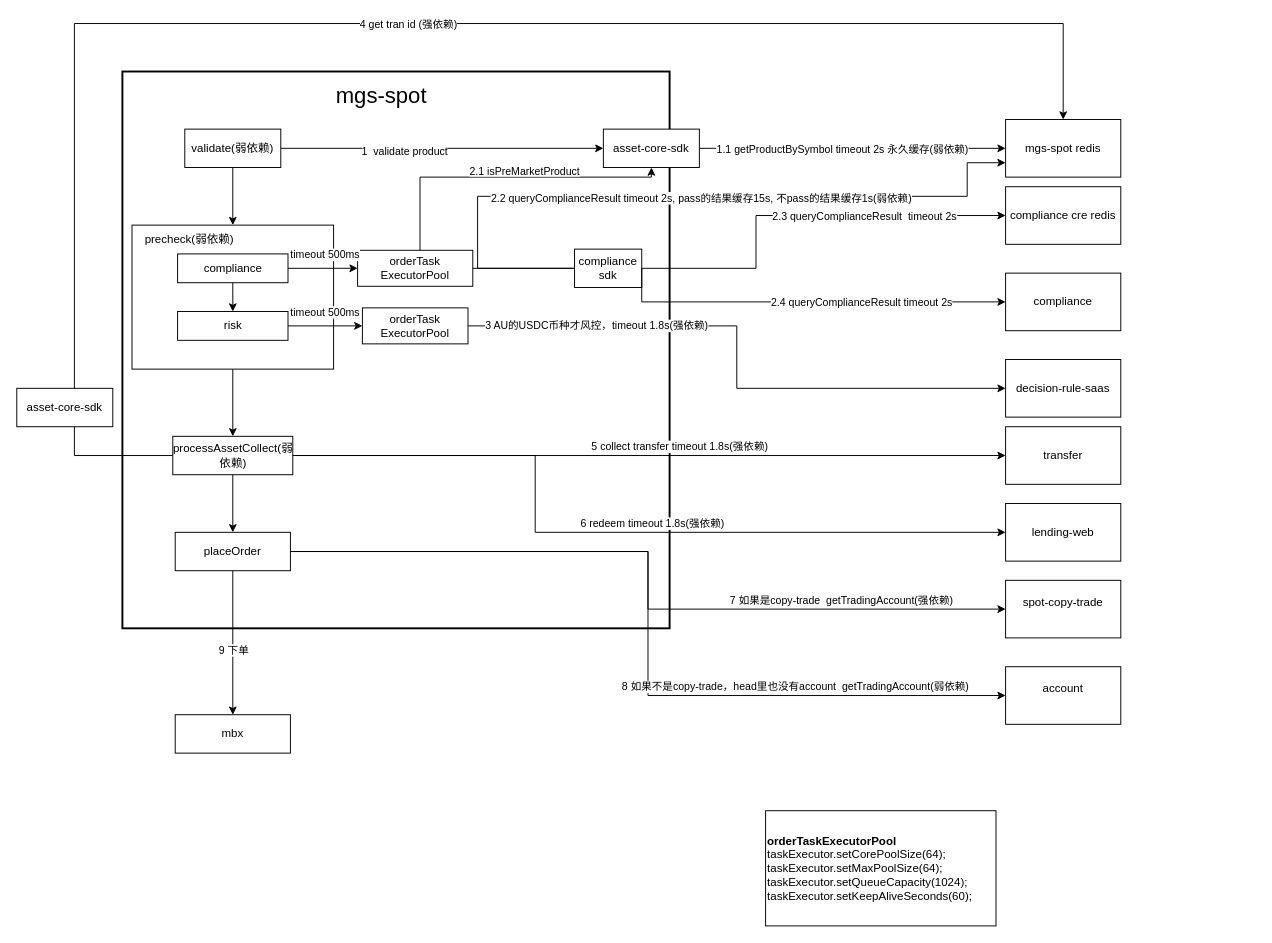
Above: doc/mgs-spot.drawio in jackjoesh/databend (draw.io), before the change. Source tidied: cells renumbered, new cells numbered last; positions are measured from the earlier drawing's top-left corner, leaving out a move shared by most shapes. Both pictures are drawn from the tidied source at 96%, with x=0, y=0 at pixel (16, 23).
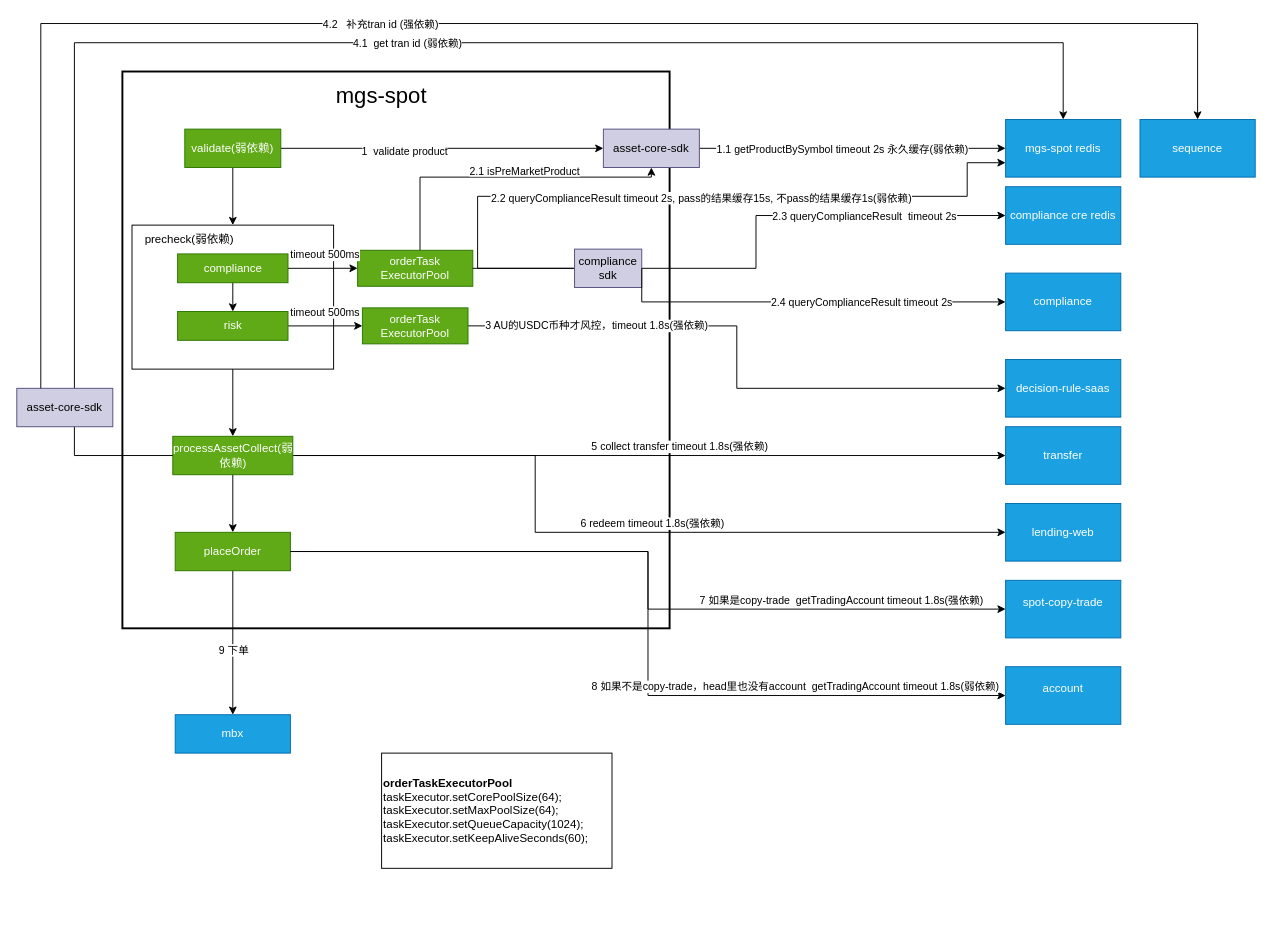
After the change.

The change refers to these unchanged cells:
```xml
<mxCell id="50" style="endArrow=classic;html=1;rounded=0;entryX=0;entryY=0.5;entryDx=0;entryDy=0;edgeStyle=orthogonalEdgeStyle;exitX=1;exitY=0.5;exitDx=0;exitDy=0;" parent="1" edge="1" source="18" target="48">
  <mxGeometry relative="1" as="geometry" />
</mxCell>
```

Change to the diagram source:
```diff
@@
-    <mxCell id="8" value="validate(弱依赖)" style="rounded=0;whiteSpace=wrap;html=1;" parent="1" vertex="1">
+    <mxCell id="8" value="validate(弱依赖)" style="rounded=0;whiteSpace=wrap;html=1;fillColor=#60a917;fontColor=#ffffff;strokeColor=#2D7600;" parent="1" vertex="1">
       <mxGeometry x="175" y="110" width="100" height="40" as="geometry" />
     </mxCell>
@@
-    <mxCell id="15" value="processAssetCollect(弱依赖)" style="rounded=0;whiteSpace=wrap;html=1;" parent="1" vertex="1">
+    <mxCell id="15" value="processAssetCollect(弱依赖)" style="rounded=0;whiteSpace=wrap;html=1;fillColor=#60a917;fontColor=#ffffff;strokeColor=#2D7600;" parent="1" vertex="1">
       <mxGeometry x="162.5" y="430" width="125" height="40" as="geometry" />
     </mxCell>
@@
-    <mxCell id="18" value="placeOrder" style="rounded=0;whiteSpace=wrap;html=1;" parent="1" vertex="1">
+    <mxCell id="18" value="placeOrder" style="rounded=0;whiteSpace=wrap;html=1;fillColor=#60a917;fontColor=#ffffff;strokeColor=#2D7600;" parent="1" vertex="1">
       <mxGeometry x="165" y="530" width="120" height="40" as="geometry" />
     </mxCell>
@@
-    <mxCell id="20" value="mgs-spot redis" style="rounded=0;whiteSpace=wrap;html=1;" parent="1" vertex="1">
+    <mxCell id="20" value="mgs-spot redis" style="rounded=0;whiteSpace=wrap;html=1;fillColor=#1ba1e2;fontColor=#ffffff;strokeColor=#006EAF;" parent="1" vertex="1">
       <mxGeometry x="1030" y="100" width="120" height="60" as="geometry" />
     </mxCell>
-    <mxCell id="21" value="asset-core-sdk" style="rounded=0;whiteSpace=wrap;html=1;" parent="1" vertex="1">
+    <mxCell id="21" value="asset-core-sdk" style="rounded=0;whiteSpace=wrap;html=1;fillColor=#d0cee2;strokeColor=#56517e;" parent="1" vertex="1">
       <mxGeometry x="611" y="110" width="100" height="40" as="geometry" />
     </mxCell>
@@
-    <mxCell id="25" value="compliance" style="rounded=0;whiteSpace=wrap;html=1;" parent="1" vertex="1">
+    <mxCell id="25" value="compliance" style="rounded=0;whiteSpace=wrap;html=1;fillColor=#60a917;fontColor=#ffffff;strokeColor=#2D7600;" parent="1" vertex="1">
       <mxGeometry x="167.5" y="240" width="115" height="30" as="geometry" />
     </mxCell>
@@
-    <mxCell id="27" value="risk" style="rounded=0;whiteSpace=wrap;html=1;" parent="1" vertex="1">
+    <mxCell id="27" value="risk" style="rounded=0;whiteSpace=wrap;html=1;fillColor=#60a917;fontColor=#ffffff;strokeColor=#2D7600;" parent="1" vertex="1">
       <mxGeometry x="167.5" y="300" width="115" height="30" as="geometry" />
     </mxCell>
@@
-    <mxCell id="29" value="orderTask&lt;div&gt;ExecutorPool&lt;/div&gt;" style="rounded=0;whiteSpace=wrap;html=1;" parent="1" vertex="1">
+    <mxCell id="29" value="orderTask&lt;div&gt;ExecutorPool&lt;/div&gt;" style="rounded=0;whiteSpace=wrap;html=1;fillColor=#60a917;fontColor=#ffffff;strokeColor=#2D7600;" parent="1" vertex="1">
       <mxGeometry x="355" y="236.2" width="120" height="37.5" as="geometry" />
     </mxCell>
-    <mxCell id="30" value="compliance cre redis" style="rounded=0;whiteSpace=wrap;html=1;" parent="1" vertex="1">
+    <mxCell id="30" value="compliance cre redis" style="rounded=0;whiteSpace=wrap;html=1;fillColor=#1ba1e2;fontColor=#ffffff;strokeColor=#006EAF;" parent="1" vertex="1">
       <mxGeometry x="1030" y="170" width="120" height="60" as="geometry" />
     </mxCell>
@@
-    <mxCell id="33" value="compliance" style="rounded=0;whiteSpace=wrap;html=1;" parent="1" vertex="1">
+    <mxCell id="33" value="compliance" style="rounded=0;whiteSpace=wrap;html=1;fillColor=#1ba1e2;fontColor=#ffffff;strokeColor=#006EAF;" parent="1" vertex="1">
       <mxGeometry x="1030" y="260" width="120" height="60" as="geometry" />
     </mxCell>
-    <mxCell id="34" value="compliance sdk" style="rounded=0;whiteSpace=wrap;html=1;" parent="1" vertex="1">
+    <mxCell id="34" value="compliance sdk" style="rounded=0;whiteSpace=wrap;html=1;fillColor=#d0cee2;strokeColor=#56517e;" parent="1" vertex="1">
       <mxGeometry x="581" y="235" width="70" height="40" as="geometry" />
     </mxCell>
@@
-    <mxCell id="37" value="orderTask&lt;div&gt;ExecutorPool&lt;/div&gt;" style="rounded=0;whiteSpace=wrap;html=1;" parent="1" vertex="1">
+    <mxCell id="37" value="orderTask&lt;div&gt;ExecutorPool&lt;/div&gt;" style="rounded=0;whiteSpace=wrap;html=1;fillColor=#60a917;fontColor=#ffffff;strokeColor=#2D7600;" parent="1" vertex="1">
       <mxGeometry x="360" y="296.2" width="110" height="37.5" as="geometry" />
     </mxCell>
-    <mxCell id="38" value="decision-rule-saas" style="rounded=0;whiteSpace=wrap;html=1;" parent="1" vertex="1">
+    <mxCell id="38" value="decision-rule-saas" style="rounded=0;whiteSpace=wrap;html=1;fillColor=#1ba1e2;fontColor=#ffffff;strokeColor=#006EAF;" parent="1" vertex="1">
       <mxGeometry x="1030" y="350" width="120" height="60" as="geometry" />
     </mxCell>
     <mxCell id="39" value="&lt;div&gt;&lt;b&gt;orderTaskExecutorPool&lt;/b&gt;&lt;/div&gt;&lt;div&gt;taskExecutor.setCorePoolSize(64);&lt;/div&gt;&lt;div&gt;taskExecutor.setMaxPoolSize(64);&lt;/div&gt;&lt;div&gt;taskExecutor.setQueueCapacity(1024);&lt;/div&gt;&lt;div&gt;taskExecutor.setKeepAliveSeconds(60);&lt;/div&gt;" style="rounded=0;whiteSpace=wrap;html=1;align=left;" parent="1" vertex="1">
-      <mxGeometry x="780" y="820" width="240" height="120" as="geometry" />
+      <mxGeometry x="380" y="760" width="240" height="120" as="geometry" />
     </mxCell>
-    <mxCell id="40" value="transfer" style="rounded=0;whiteSpace=wrap;html=1;" parent="1" vertex="1">
+    <mxCell id="40" value="transfer" style="rounded=0;whiteSpace=wrap;html=1;fillColor=#1ba1e2;fontColor=#ffffff;strokeColor=#006EAF;" parent="1" vertex="1">
       <mxGeometry x="1030" y="420" width="120" height="60" as="geometry" />
     </mxCell>
     <mxCell id="41" style="endArrow=classic;html=1;rounded=0;exitX=0;exitY=0.5;exitDx=0;exitDy=0;edgeStyle=orthogonalEdgeStyle;entryX=0.5;entryY=0;entryDx=0;entryDy=0;" parent="1" edge="1" source="15" target="20">
       <mxGeometry relative="1" as="geometry">
         <Array as="points">
           <mxPoint x="60" y="450" />
-          <mxPoint x="60" />
-          <mxPoint x="1090" />
+          <mxPoint x="60" y="20" />
+          <mxPoint x="1090" y="20" />
         </Array>
       </mxGeometry>
     </mxCell>
-    <mxCell id="42" value="4 get tran id (强依赖)" style="edgeLabel;html=1;align=center;verticalAlign=middle;" parent="41" vertex="1">
+    <mxCell id="42" value="4.1&amp;nbsp; get tran id (弱依赖)" style="edgeLabel;html=1;align=center;verticalAlign=middle;" parent="41" vertex="1">
       <mxGeometry x="0.07" relative="1" as="geometry" />
     </mxCell>
-    <mxCell id="43" value="asset-core-sdk" style="rounded=0;whiteSpace=wrap;html=1;" parent="1" vertex="1">
+    <mxCell id="43" value="asset-core-sdk" style="rounded=0;whiteSpace=wrap;html=1;fillColor=#d0cee2;strokeColor=#56517e;" parent="1" vertex="1">
       <mxGeometry y="380" width="100" height="40" as="geometry" />
     </mxCell>
-    <mxCell id="44" value="lending-web" style="rounded=0;whiteSpace=wrap;html=1;" parent="1" vertex="1">
+    <mxCell id="44" value="lending-web" style="rounded=0;whiteSpace=wrap;html=1;fillColor=#1ba1e2;fontColor=#ffffff;strokeColor=#006EAF;" parent="1" vertex="1">
       <mxGeometry x="1030" y="500" width="120" height="60" as="geometry" />
     </mxCell>
@@
-    <mxCell id="48" value="&lt;div&gt;spot-copy-trade&lt;/div&gt;&lt;div&gt;&lt;br&gt;&lt;/div&gt;" style="rounded=0;whiteSpace=wrap;html=1;" parent="1" vertex="1">
+    <mxCell id="48" value="&lt;div&gt;spot-copy-trade&lt;/div&gt;&lt;div&gt;&lt;br&gt;&lt;/div&gt;" style="rounded=0;whiteSpace=wrap;html=1;fillColor=#1ba1e2;fontColor=#ffffff;strokeColor=#006EAF;" parent="1" vertex="1">
       <mxGeometry x="1030" y="580" width="120" height="60" as="geometry" />
     </mxCell>
-    <mxCell id="49" value="&lt;div&gt;account&lt;/div&gt;&lt;div&gt;&lt;br&gt;&lt;/div&gt;" style="rounded=0;whiteSpace=wrap;html=1;" parent="1" vertex="1">
+    <mxCell id="49" value="&lt;div&gt;account&lt;/div&gt;&lt;div&gt;&lt;br&gt;&lt;/div&gt;" style="rounded=0;whiteSpace=wrap;html=1;fillColor=#1ba1e2;fontColor=#ffffff;strokeColor=#006EAF;" parent="1" vertex="1">
       <mxGeometry x="1030" y="670" width="120" height="60" as="geometry" />
     </mxCell>
@@
-    <mxCell id="51" value="7 如果是copy-trade&amp;nbsp; getTradingAccount(强依赖)" style="edgeLabel;html=1;align=center;verticalAlign=middle;" parent="50" vertex="1">
+    <mxCell id="51" value="7 如果是copy-trade&amp;nbsp; getTradingAccount timeout 1.8s(强依赖)" style="edgeLabel;html=1;align=center;verticalAlign=middle;" parent="50" vertex="1">
       <mxGeometry x="0.35" relative="1" as="geometry">
         <mxPoint x="90" y="-10" as="offset" />
       </mxGeometry>
     </mxCell>
@@
-    <mxCell id="53" value="8 如果不是copy-trade，head里也没有account&amp;nbsp; getTradingAccount(弱依赖)" style="edgeLabel;html=1;align=center;verticalAlign=middle;" parent="1" vertex="1">
+    <mxCell id="53" value="8 如果不是copy-trade，head里也没有account&amp;nbsp; getTradingAccount timeout 1.8s(弱依赖)" style="edgeLabel;html=1;align=center;verticalAlign=middle;" parent="1" vertex="1">
       <mxGeometry x="810" y="690" as="geometry" />
     </mxCell>
-    <mxCell id="54" value="mbx" style="rounded=0;whiteSpace=wrap;html=1;" parent="1" vertex="1">
+    <mxCell id="54" value="mbx" style="rounded=0;whiteSpace=wrap;html=1;fillColor=#1ba1e2;fontColor=#ffffff;strokeColor=#006EAF;" parent="1" vertex="1">
       <mxGeometry x="165" y="720" width="120" height="40" as="geometry" />
     </mxCell>
@@
+    <mxCell id="62" value="sequence" style="rounded=0;whiteSpace=wrap;html=1;fillColor=#1ba1e2;fontColor=#ffffff;strokeColor=#006EAF;" parent="1" vertex="1">
+      <mxGeometry x="1170" y="100" width="120" height="60" as="geometry" />
+    </mxCell>
+    <mxCell id="63" style="endArrow=classic;html=1;rounded=0;exitX=0.25;exitY=0;exitDx=0;exitDy=0;edgeStyle=orthogonalEdgeStyle;entryX=0.5;entryY=0;entryDx=0;entryDy=0;" parent="1" edge="1" source="43" target="62">
+      <mxGeometry relative="1" as="geometry">
+        <Array as="points">
+          <mxPoint x="25" />
+          <mxPoint x="1230" />
+        </Array>
+      </mxGeometry>
+    </mxCell>
+    <mxCell id="64" value="4.2&amp;nbsp; &amp;nbsp;补充tran id (强依赖)" style="edgeLabel;html=1;align=center;verticalAlign=middle;" parent="63" vertex="1">
+      <mxGeometry x="-0.13" relative="1" as="geometry" />
+    </mxCell>
```
